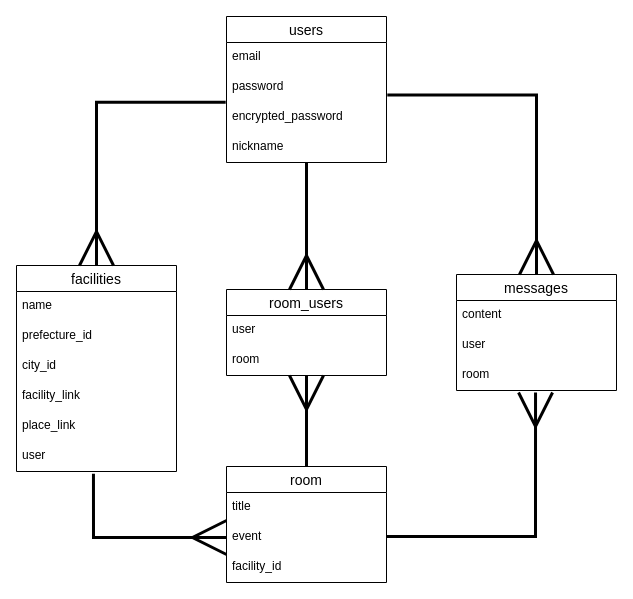
Above: ER.dio in coronnoniwa/asobiba (draw.io), before the change. Source tidied: cells renumbered, new cells numbered last; positions are measured from the earlier drawing's top-left corner, leaving out a move shared by most shapes. Both pictures are drawn from the tidied source at 100%, with x=0, y=0 at pixel (16, 16).
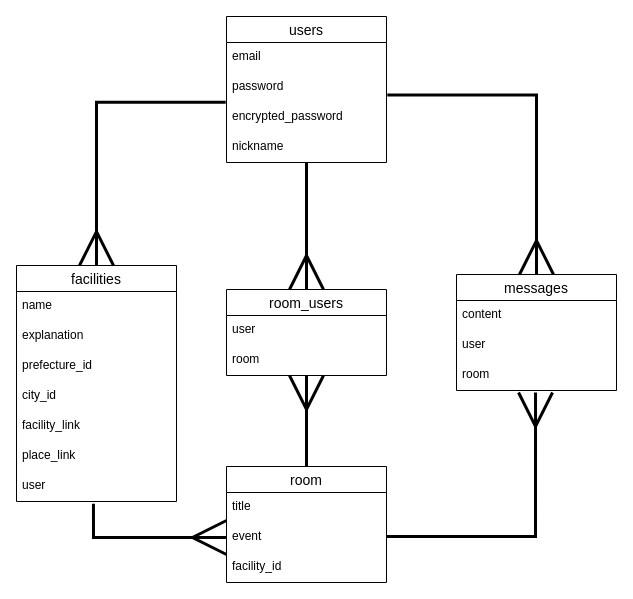
The same diagram, later.

Diff of the diagram source:
```diff
@@
     <mxCell id="7" value="facilities" style="swimlane;fontStyle=0;horizontal=1;startSize=26;align=center;fontSize=14;" parent="1" vertex="1">
-      <mxGeometry y="249" width="160" height="206" as="geometry" />
+      <mxGeometry y="249" width="160" height="236" as="geometry" />
     </mxCell>
@@
+    <mxCell id="31" value="explanation" style="text;strokeColor=none;fillColor=none;spacingLeft=4;spacingRight=4;overflow=hidden;fontSize=12;" parent="7" vertex="1">
+      <mxGeometry y="56" width="160" height="30" as="geometry" />
+    </mxCell>
     <mxCell id="9" value="prefecture_id&#10;" style="text;strokeColor=none;fillColor=none;spacingLeft=4;spacingRight=4;overflow=hidden;fontSize=12;" parent="7" vertex="1">
-      <mxGeometry y="56" width="160" height="30" as="geometry" />
+      <mxGeometry y="86" width="160" height="30" as="geometry" />
     </mxCell>
     <mxCell id="10" value="city_id" style="text;strokeColor=none;fillColor=none;spacingLeft=4;spacingRight=4;overflow=hidden;fontSize=12;" parent="7" vertex="1">
-      <mxGeometry y="86" width="160" height="30" as="geometry" />
+      <mxGeometry y="116" width="160" height="30" as="geometry" />
     </mxCell>
     <mxCell id="11" value="facility_link" style="text;strokeColor=none;fillColor=none;spacingLeft=4;spacingRight=4;overflow=hidden;fontSize=12;" parent="7" vertex="1">
-      <mxGeometry y="116" width="160" height="30" as="geometry" />
+      <mxGeometry y="146" width="160" height="30" as="geometry" />
     </mxCell>
     <mxCell id="12" value="place_link" style="text;strokeColor=none;fillColor=none;spacingLeft=4;spacingRight=4;overflow=hidden;fontSize=12;" parent="7" vertex="1">
-      <mxGeometry y="146" width="160" height="30" as="geometry" />
+      <mxGeometry y="176" width="160" height="30" as="geometry" />
     </mxCell>
     <mxCell id="13" value="user" style="text;strokeColor=none;fillColor=none;spacingLeft=4;spacingRight=4;overflow=hidden;points=[[0,0.5],[1,0.5]];portConstraint=eastwest;fontSize=12;" parent="7" vertex="1">
-      <mxGeometry y="176" width="160" height="30" as="geometry" />
+      <mxGeometry y="206" width="160" height="30" as="geometry" />
     </mxCell>
```
